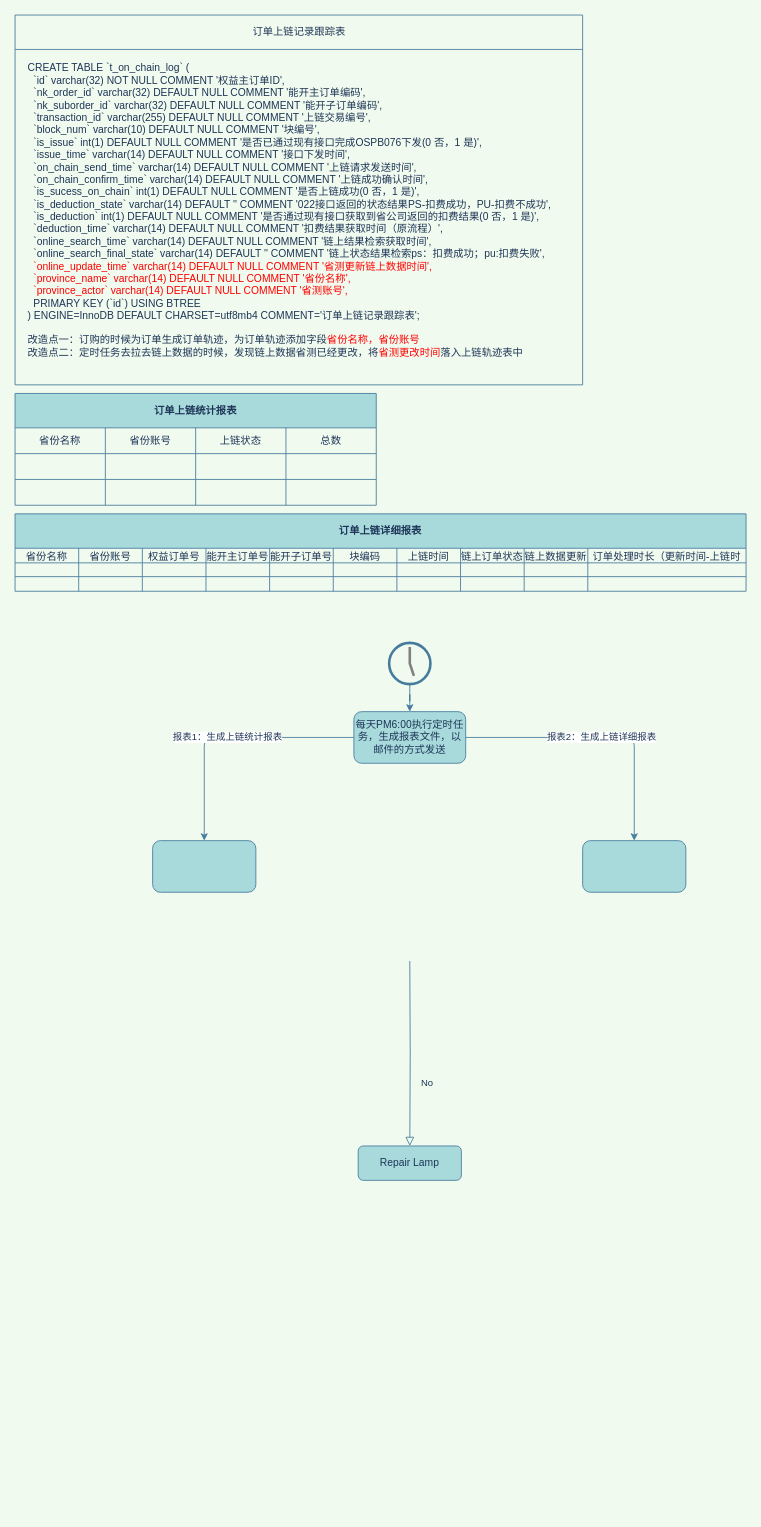
Above: qkl-report.drawio in moshan123/draw (draw.io), before the change. Source tidied: cells renumbered, new cells numbered last; positions are measured from the earlier drawing's top-left corner, leaving out a move shared by most shapes. Both pictures are drawn from the tidied source at 86%, with x=0, y=0 at pixel (15, 15).
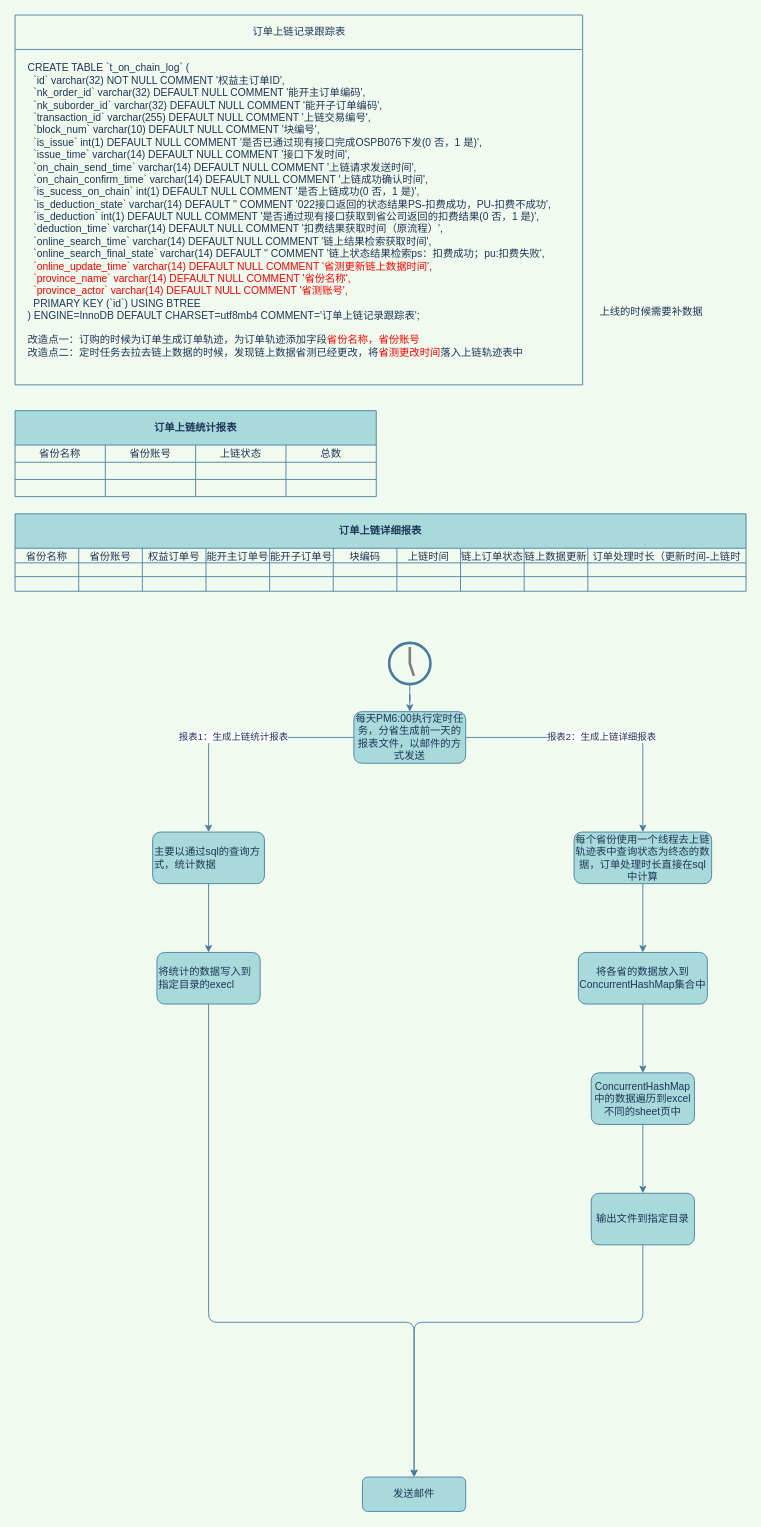
After the change.

Change to the diagram source:
```diff
@@
-    <mxCell id="4" value="每天PM6:00执行定时任务，生成报表文件，以邮件的方式发送" style="rounded=1;whiteSpace=wrap;html=1;fontSize=12;glass=0;strokeWidth=1;shadow=0;fillColor=#A8DADC;strokeColor=#457B9D;fontColor=#1D3557;" parent="1" vertex="1">
+    <mxCell id="4" value="每天PM6:00执行定时任务，分省生成前一天的报表文件，以邮件的方式发送" style="rounded=1;whiteSpace=wrap;html=1;fontSize=12;glass=0;strokeWidth=1;shadow=0;fillColor=#A8DADC;strokeColor=#457B9D;fontColor=#1D3557;" parent="1" vertex="1">
       <mxGeometry x="394" y="810" width="130" height="60" as="geometry" />
     </mxCell>
-    <mxCell id="5" value="No" style="rounded=0;html=1;jettySize=auto;fontSize=11;endArrow=block;endFill=0;endSize=8;strokeWidth=1;shadow=0;labelBackgroundColor=none;edgeStyle=orthogonalEdgeStyle;strokeColor=#457B9D;fontColor=#1D3557;" parent="1" edge="1" target="6">
-      <mxGeometry x="0.33" y="20" relative="1" as="geometry">
-        <mxPoint x="459" y="1100" as="sourcePoint" />
-      </mxGeometry>
-    </mxCell>
-    <mxCell id="6" value="Repair Lamp" style="rounded=1;whiteSpace=wrap;html=1;fontSize=12;glass=0;strokeWidth=1;shadow=0;fillColor=#A8DADC;strokeColor=#457B9D;fontColor=#1D3557;" parent="1" vertex="1">
-      <mxGeometry x="399" y="1315" width="120" height="40" as="geometry" />
+    <mxCell id="6" value="发送邮件" style="rounded=1;whiteSpace=wrap;html=1;fontSize=12;glass=0;strokeWidth=1;shadow=0;fillColor=#A8DADC;strokeColor=#457B9D;fontColor=#1D3557;" parent="1" vertex="1">
+      <mxGeometry x="404" y="1700" width="120" height="40" as="geometry" />
     </mxCell>
     <mxCell id="7" value="订单上链统计报表" style="shape=table;html=1;whiteSpace=wrap;startSize=40;childLayout=tableLayout;fontStyle=1;align=center;flipV=0;flipH=1;fillColor=#A8DADC;strokeColor=#457B9D;fontColor=#1D3557;" parent="1" vertex="1">
-      <mxGeometry y="440" width="420" height="130" as="geometry" />
+      <mxGeometry y="460" width="420" height="100" as="geometry" />
     </mxCell>
     <mxCell id="8" style="shape=partialRectangle;html=1;whiteSpace=wrap;fillColor=none;top=0;left=0;bottom=0;right=0;strokeColor=#457B9D;fontColor=#1D3557;" parent="7" vertex="1">
-      <mxGeometry y="40" width="420" height="30" as="geometry" />
+      <mxGeometry y="40" width="420" height="20" as="geometry" />
     </mxCell>
     <mxCell id="9" value="&lt;span&gt;省份名称&lt;/span&gt;" style="shape=partialRectangle;html=1;whiteSpace=wrap;fillColor=none;top=0;left=0;bottom=0;right=0;overflow=hidden;strokeColor=#457B9D;fontColor=#1D3557;" parent="8" vertex="1">
-      <mxGeometry width="105" height="30" as="geometry" />
+      <mxGeometry width="105" height="20" as="geometry" />
     </mxCell>
     <mxCell id="10" value="&lt;span&gt;省份账号&lt;/span&gt;" style="shape=partialRectangle;html=1;whiteSpace=wrap;fillColor=none;top=0;left=0;bottom=0;right=0;overflow=hidden;strokeColor=#457B9D;fontColor=#1D3557;" parent="8" vertex="1">
-      <mxGeometry x="105" width="105" height="30" as="geometry" />
+      <mxGeometry x="105" width="105" height="20" as="geometry" />
     </mxCell>
     <mxCell id="11" value="&lt;span&gt;上链状态&lt;/span&gt;" style="shape=partialRectangle;html=1;whiteSpace=wrap;fillColor=none;top=0;left=0;bottom=0;right=0;overflow=hidden;strokeColor=#457B9D;fontColor=#1D3557;" parent="8" vertex="1">
-      <mxGeometry x="210" width="105" height="30" as="geometry" />
+      <mxGeometry x="210" width="105" height="20" as="geometry" />
     </mxCell>
     <mxCell id="12" value="总数" style="shape=partialRectangle;html=1;whiteSpace=wrap;fillColor=none;top=0;left=0;bottom=0;right=0;overflow=hidden;strokeColor=#457B9D;fontColor=#1D3557;" parent="8" vertex="1">
-      <mxGeometry x="315" width="105" height="30" as="geometry" />
+      <mxGeometry x="315" width="105" height="20" as="geometry" />
     </mxCell>
     <mxCell id="13" style="shape=partialRectangle;html=1;whiteSpace=wrap;fillColor=none;top=0;left=0;bottom=0;right=0;strokeColor=#457B9D;fontColor=#1D3557;" parent="7" vertex="1">
-      <mxGeometry y="70" width="420" height="30" as="geometry" />
+      <mxGeometry y="60" width="420" height="20" as="geometry" />
     </mxCell>
     <mxCell id="14" style="shape=partialRectangle;html=1;whiteSpace=wrap;fillColor=none;top=0;left=0;bottom=0;right=0;overflow=hidden;strokeColor=#457B9D;fontColor=#1D3557;" parent="13" vertex="1">
-      <mxGeometry width="105" height="30" as="geometry" />
+      <mxGeometry width="105" height="20" as="geometry" />
     </mxCell>
     <mxCell id="15" style="shape=partialRectangle;html=1;whiteSpace=wrap;fillColor=none;top=0;left=0;bottom=0;right=0;overflow=hidden;strokeColor=#457B9D;fontColor=#1D3557;" parent="13" vertex="1">
-      <mxGeometry x="105" width="105" height="30" as="geometry" />
+      <mxGeometry x="105" width="105" height="20" as="geometry" />
     </mxCell>
     <mxCell id="16" style="shape=partialRectangle;html=1;whiteSpace=wrap;fillColor=none;top=0;left=0;bottom=0;right=0;overflow=hidden;strokeColor=#457B9D;fontColor=#1D3557;" parent="13" vertex="1">
-      <mxGeometry x="210" width="105" height="30" as="geometry" />
+      <mxGeometry x="210" width="105" height="20" as="geometry" />
     </mxCell>
     <mxCell id="17" style="shape=partialRectangle;html=1;whiteSpace=wrap;fillColor=none;top=0;left=0;bottom=0;right=0;overflow=hidden;strokeColor=#457B9D;fontColor=#1D3557;" parent="13" vertex="1">
-      <mxGeometry x="315" width="105" height="30" as="geometry" />
+      <mxGeometry x="315" width="105" height="20" as="geometry" />
     </mxCell>
     <mxCell id="18" style="shape=partialRectangle;html=1;whiteSpace=wrap;fillColor=none;top=0;left=0;bottom=0;right=0;strokeColor=#457B9D;fontColor=#1D3557;" parent="7" vertex="1">
-      <mxGeometry y="100" width="420" height="30" as="geometry" />
+      <mxGeometry y="80" width="420" height="20" as="geometry" />
     </mxCell>
     <mxCell id="19" style="shape=partialRectangle;html=1;whiteSpace=wrap;fillColor=none;top=0;left=0;bottom=0;right=0;overflow=hidden;strokeColor=#457B9D;fontColor=#1D3557;" parent="18" vertex="1">
-      <mxGeometry width="105" height="30" as="geometry" />
+      <mxGeometry width="105" height="20" as="geometry" />
     </mxCell>
     <mxCell id="20" style="shape=partialRectangle;html=1;whiteSpace=wrap;fillColor=none;top=0;left=0;bottom=0;right=0;overflow=hidden;strokeColor=#457B9D;fontColor=#1D3557;" parent="18" vertex="1">
-      <mxGeometry x="105" width="105" height="30" as="geometry" />
+      <mxGeometry x="105" width="105" height="20" as="geometry" />
     </mxCell>
     <mxCell id="21" style="shape=partialRectangle;html=1;whiteSpace=wrap;fillColor=none;top=0;left=0;bottom=0;right=0;overflow=hidden;strokeColor=#457B9D;fontColor=#1D3557;" parent="18" vertex="1">
-      <mxGeometry x="210" width="105" height="30" as="geometry" />
+      <mxGeometry x="210" width="105" height="20" as="geometry" />
     </mxCell>
     <mxCell id="22" style="shape=partialRectangle;html=1;whiteSpace=wrap;fillColor=none;top=0;left=0;bottom=0;right=0;overflow=hidden;strokeColor=#457B9D;fontColor=#1D3557;" parent="18" vertex="1">
-      <mxGeometry x="315" width="105" height="30" as="geometry" />
+      <mxGeometry x="315" width="105" height="20" as="geometry" />
     </mxCell>
@@
+    <mxCell id="64" style="edgeStyle=orthogonalEdgeStyle;curved=0;rounded=1;sketch=0;jettySize=auto;html=1;strokeColor=#457B9D;fillColor=#A8DADC;fontColor=#1D3557;" parent="1" edge="1" source="62" target="67">
+      <mxGeometry relative="1" as="geometry" />
+    </mxCell>
-    <mxCell id="62" style="whiteSpace=wrap;html=1;rounded=1;shadow=0;fontColor=#1D3557;strokeColor=#457B9D;strokeWidth=1;fillColor=#A8DADC;glass=0;" parent="1" vertex="1">
-      <mxGeometry x="160" y="960" width="120" height="60" as="geometry" />
+    <mxCell id="62" value="主要以通过sql的查询方式，统计数据" style="whiteSpace=wrap;html=1;rounded=1;shadow=0;fontColor=#1D3557;strokeColor=#457B9D;strokeWidth=1;fillColor=#A8DADC;glass=0;align=left;" parent="1" vertex="1">
+      <mxGeometry x="160" y="950" width="130" height="60" as="geometry" />
     </mxCell>
+    <mxCell id="65" style="edgeStyle=orthogonalEdgeStyle;curved=0;rounded=1;sketch=0;jettySize=auto;html=1;strokeColor=#457B9D;fillColor=#A8DADC;fontColor=#1D3557;" parent="1" edge="1" source="63" target="69">
+      <mxGeometry relative="1" as="geometry" />
+    </mxCell>
-    <mxCell id="63" style="whiteSpace=wrap;html=1;rounded=1;shadow=0;fontColor=#1D3557;strokeColor=#457B9D;strokeWidth=1;fillColor=#A8DADC;glass=0;" parent="1" vertex="1">
-      <mxGeometry x="660" y="960" width="120" height="60" as="geometry" />
+    <mxCell id="63" value="每个省份使用一个线程去上链轨迹表中查询状态为终态的数据，订单处理时长直接在sql中计算" style="whiteSpace=wrap;html=1;rounded=1;shadow=0;fontColor=#1D3557;strokeColor=#457B9D;strokeWidth=1;fillColor=#A8DADC;glass=0;" parent="1" vertex="1">
+      <mxGeometry x="650" y="950" width="160" height="60" as="geometry" />
     </mxCell>
+    <mxCell id="66" style="edgeStyle=orthogonalEdgeStyle;curved=0;rounded=1;sketch=0;jettySize=auto;html=1;entryX=0.5;entryY=0;entryDx=0;entryDy=0;strokeColor=#457B9D;fillColor=#A8DADC;fontColor=#1D3557;" parent="1" edge="1" source="67" target="6">
+      <mxGeometry relative="1" as="geometry">
+        <Array as="points">
+          <mxPoint x="225" y="1520" />
+          <mxPoint x="464" y="1520" />
+        </Array>
+      </mxGeometry>
+    </mxCell>
+    <mxCell id="67" value="将统计的数据写入到指定目录的execl" style="whiteSpace=wrap;html=1;rounded=1;shadow=0;fontColor=#1D3557;align=left;strokeColor=#457B9D;strokeWidth=1;fillColor=#A8DADC;glass=0;" parent="1" vertex="1">
+      <mxGeometry x="165" y="1090" width="120" height="60" as="geometry" />
+    </mxCell>
+    <mxCell id="68" style="edgeStyle=orthogonalEdgeStyle;curved=0;rounded=1;sketch=0;jettySize=auto;html=1;strokeColor=#457B9D;fillColor=#A8DADC;fontColor=#1D3557;" parent="1" edge="1" source="69" target="71">
+      <mxGeometry relative="1" as="geometry" />
+    </mxCell>
+    <mxCell id="69" value="将各省的数据放入到ConcurrentHashMap集合中" style="whiteSpace=wrap;html=1;rounded=1;shadow=0;fontColor=#1D3557;strokeColor=#457B9D;strokeWidth=1;fillColor=#A8DADC;glass=0;" parent="1" vertex="1">
+      <mxGeometry x="655" y="1090" width="150" height="60" as="geometry" />
+    </mxCell>
+    <mxCell id="70" style="edgeStyle=orthogonalEdgeStyle;curved=0;rounded=1;sketch=0;jettySize=auto;html=1;strokeColor=#457B9D;fillColor=#A8DADC;fontColor=#1D3557;" parent="1" edge="1" source="71" target="73">
+      <mxGeometry relative="1" as="geometry" />
+    </mxCell>
+    <mxCell id="71" value="&lt;span&gt;ConcurrentHashMap中的数据遍历到excel不同的sheet页中&lt;/span&gt;" style="whiteSpace=wrap;html=1;rounded=1;shadow=0;fontColor=#1D3557;strokeColor=#457B9D;strokeWidth=1;fillColor=#A8DADC;glass=0;" parent="1" vertex="1">
+      <mxGeometry x="670" y="1230" width="120" height="60" as="geometry" />
+    </mxCell>
+    <mxCell id="72" style="edgeStyle=orthogonalEdgeStyle;curved=0;rounded=1;sketch=0;jettySize=auto;html=1;entryX=0.5;entryY=0;entryDx=0;entryDy=0;strokeColor=#457B9D;fillColor=#A8DADC;fontColor=#1D3557;" parent="1" edge="1" source="73" target="6">
+      <mxGeometry relative="1" as="geometry">
+        <Array as="points">
+          <mxPoint x="730" y="1520" />
+          <mxPoint x="464" y="1520" />
+        </Array>
+      </mxGeometry>
+    </mxCell>
+    <mxCell id="73" value="输出文件到指定目录" style="whiteSpace=wrap;html=1;rounded=1;shadow=0;fontColor=#1D3557;strokeColor=#457B9D;strokeWidth=1;fillColor=#A8DADC;glass=0;" parent="1" vertex="1">
+      <mxGeometry x="670" y="1370" width="120" height="60" as="geometry" />
+    </mxCell>
+    <mxCell id="74" value="上线的时候需要补数据" style="text;html=1;strokeColor=none;fillColor=none;align=center;verticalAlign=middle;whiteSpace=wrap;rounded=0;sketch=0;fontColor=#1D3557;" parent="1" vertex="1">
+      <mxGeometry x="675" y="330" width="130" height="30" as="geometry" />
+    </mxCell>
```
